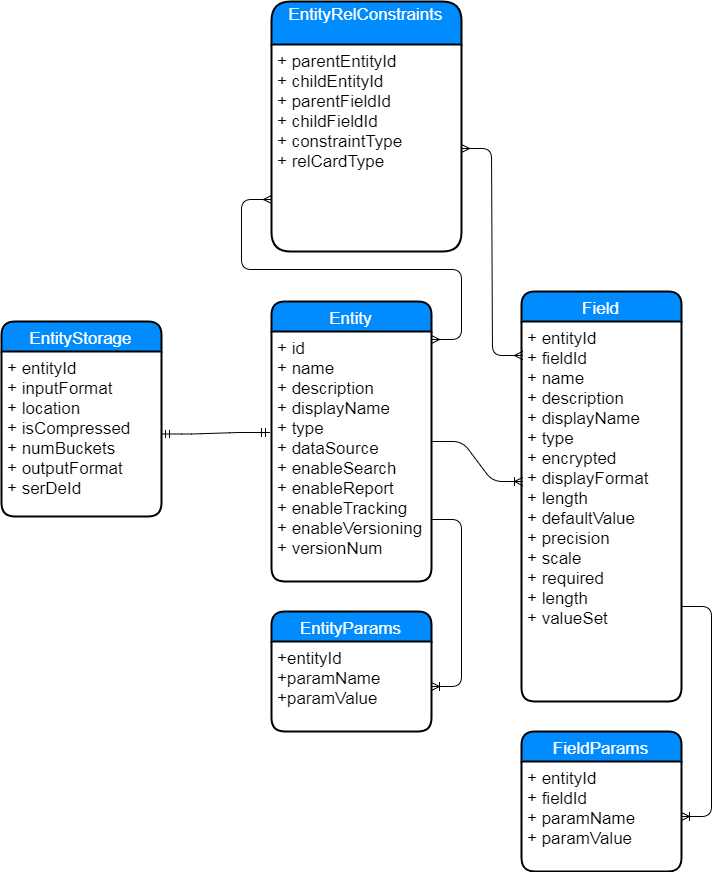
Earlier version of the draw.io export entity.png (sandhyaagarwal/diagrams). Source tidied: cells renumbered, new cells last; positions are measured from the earlier drawing's top-left corner, leaving out a move shared by most shapes.
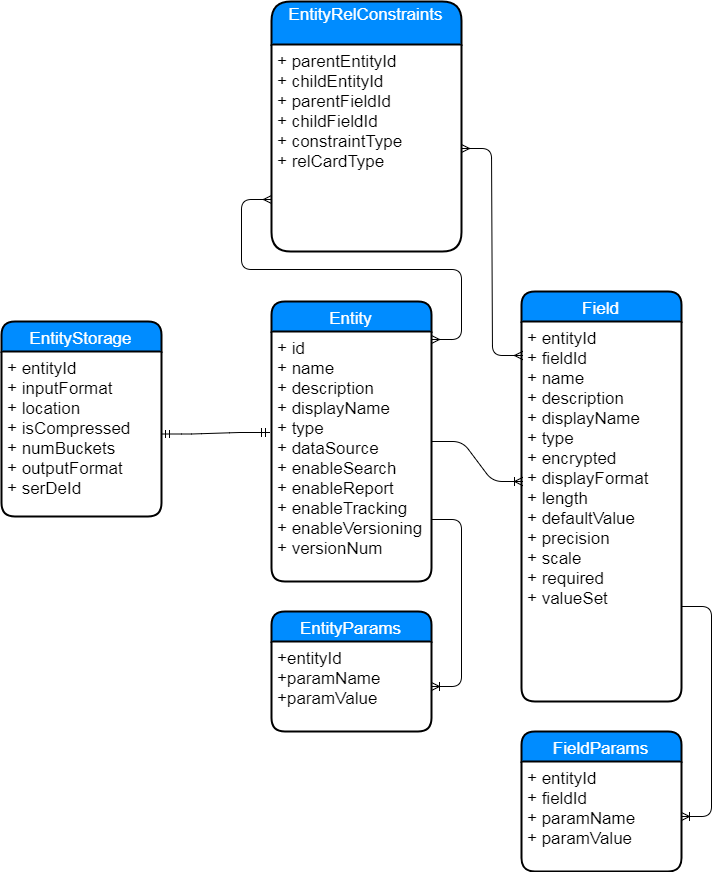
Above is the later version.

What changed in the source:
```diff
@@ -32,7 +32,7 @@
     <mxCell id="11" value="Field" style="swimlane;horizontal=1;startSize=30;fillColor=#008cff;fontColor=#FFFFFF;rounded=1;fontSize=17;fontStyle=0;strokeWidth=2;shadow=0;dashed=0;align=center;" parent="1" vertex="1">
       <mxGeometry x="520" y="290" width="160" height="410" as="geometry" />
     </mxCell>
-    <mxCell id="12" value="+ entityId&#10;+ fieldId&#10;+ name&#10;+ description&#10;+ displayName&#10;+ type&#10;+ encrypted&#10;+ displayFormat&#10;+ length&#10;+ defaultValue&#10;+ precision&#10;+ scale&#10;+ required&#10;+ length&#10;+ valueSet&#10;" style="align=left;strokeColor=none;fillColor=none;spacingLeft=4;fontSize=17;verticalAlign=top;" parent="11" vertex="1">
+    <mxCell id="12" value="+ entityId&#10;+ fieldId&#10;+ name&#10;+ description&#10;+ displayName&#10;+ type&#10;+ encrypted&#10;+ displayFormat&#10;+ length&#10;+ defaultValue&#10;+ precision&#10;+ scale&#10;+ required&#10;+ valueSet&#10;" style="align=left;strokeColor=none;fillColor=none;spacingLeft=4;fontSize=17;verticalAlign=top;" parent="11" vertex="1">
       <mxGeometry y="30" width="160" height="380" as="geometry" />
     </mxCell>
     <mxCell id="13" style="edgeStyle=entityRelationEdgeStyle;html=1;endArrow=ERmandOne;startArrow=ERmandOne;entryX=-0.012;entryY=0.404;entryPerimeter=0;" parent="1" edge="1" source="15" target="3">
```
